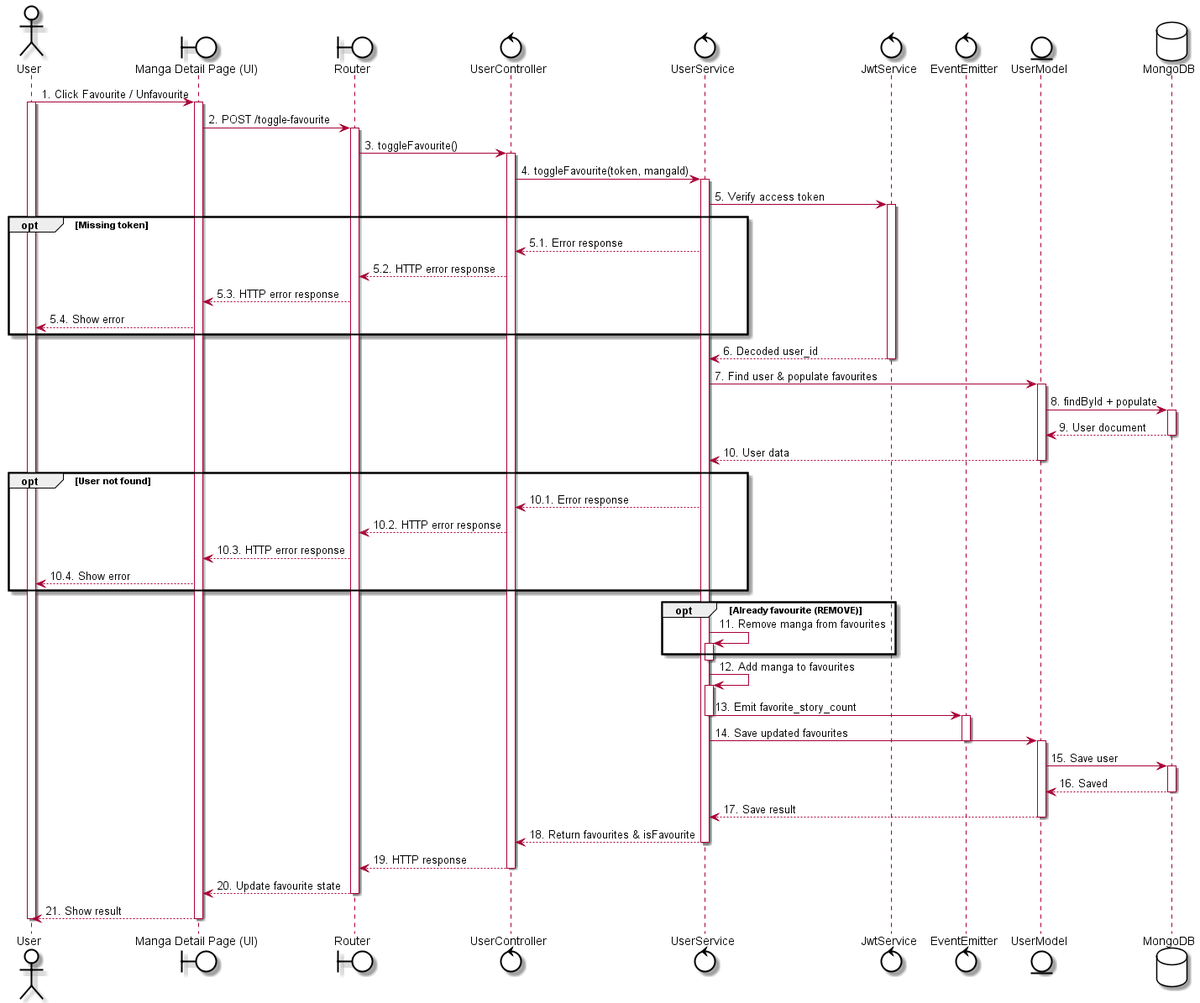
Above: out/uc36 - Add favourite/uc36 - Add favourite.png in LGK1412/sequence_sep490_01 (PlantUML), before the change. Source of this version:
```plantuml
@startuml
skinparam {
    ActorBackgroundColor #FFFFFF
    BoundaryBackgroundColor #FFFFFF
    ControlBackgroundColor #FFFFFF
    EntityBackgroundColor #FFFFFF
    DatabaseBackgroundColor #FFFFFF

    ActorBorderColor black
    BoundaryBorderColor black
    ControlBorderColor black
    EntityBorderColor black
    DatabaseBorderColor black
}

actor User
boundary "Manga Detail Page (UI)" as UI
boundary Router
control UserController
control UserService
control JwtService
control EventEmitter
entity UserModel
database MongoDB

User -> UI: 1. Click Favourite / Unfavourite
activate User
activate UI

UI -> Router: 2. POST /toggle-favourite
activate Router

Router -> UserController: 3. toggleFavourite()
activate UserController
UserController -> UserService: 4. toggleFavourite(token, mangaId)

activate UserService
UserService -> JwtService: 5. Verify access token
activate JwtService

opt Missing token
    UserService --> UserController: 5.1. Error response
    UserController --> Router: 5.2. HTTP error response
    Router --> UI: 5.3. HTTP error response
    UI --> User: 5.4. Show error
end

JwtService --> UserService: 6. Decoded user_id
deactivate JwtService
UserService -> UserModel: 7. Find user & populate favourites
activate UserModel
UserModel -> MongoDB: 8. findById + populate
activate MongoDB
MongoDB --> UserModel: 9. User document
deactivate MongoDB
UserModel --> UserService: 10. User data
deactivate UserModel

opt User not found
    UserService --> UserController: 10.1. Error response
    UserController --> Router: 10.2. HTTP error response
    Router --> UI: 10.3. HTTP error response
    UI --> User: 10.4. Show error
end


opt Already favourite (REMOVE)
    UserService -> UserService: 11. Remove manga from favourites
    activate  UserService
end

deactivate UserService
UserService -> UserService: 12. Add manga to favourites
activate  UserService

UserService -> EventEmitter: 13. Emit favorite_story_count
deactivate UserService
activate EventEmitter

UserService -> UserModel: 14. Save updated favourites
deactivate EventEmitter

activate UserModel
UserModel -> MongoDB: 15. Save user
activate MongoDB
MongoDB --> UserModel: 16. Saved
deactivate MongoDB
UserModel --> UserService: 17. Save result
deactivate UserModel

UserService --> UserController: 18. Return favourites & isFavourite
deactivate UserService

UserController --> Router: 19. HTTP response
deactivate UserController
Router --> UI: 20. Update favourite state
deactivate Router
UI --> User: 21. Show result
deactivate UI
deactivate User
@enduml
```
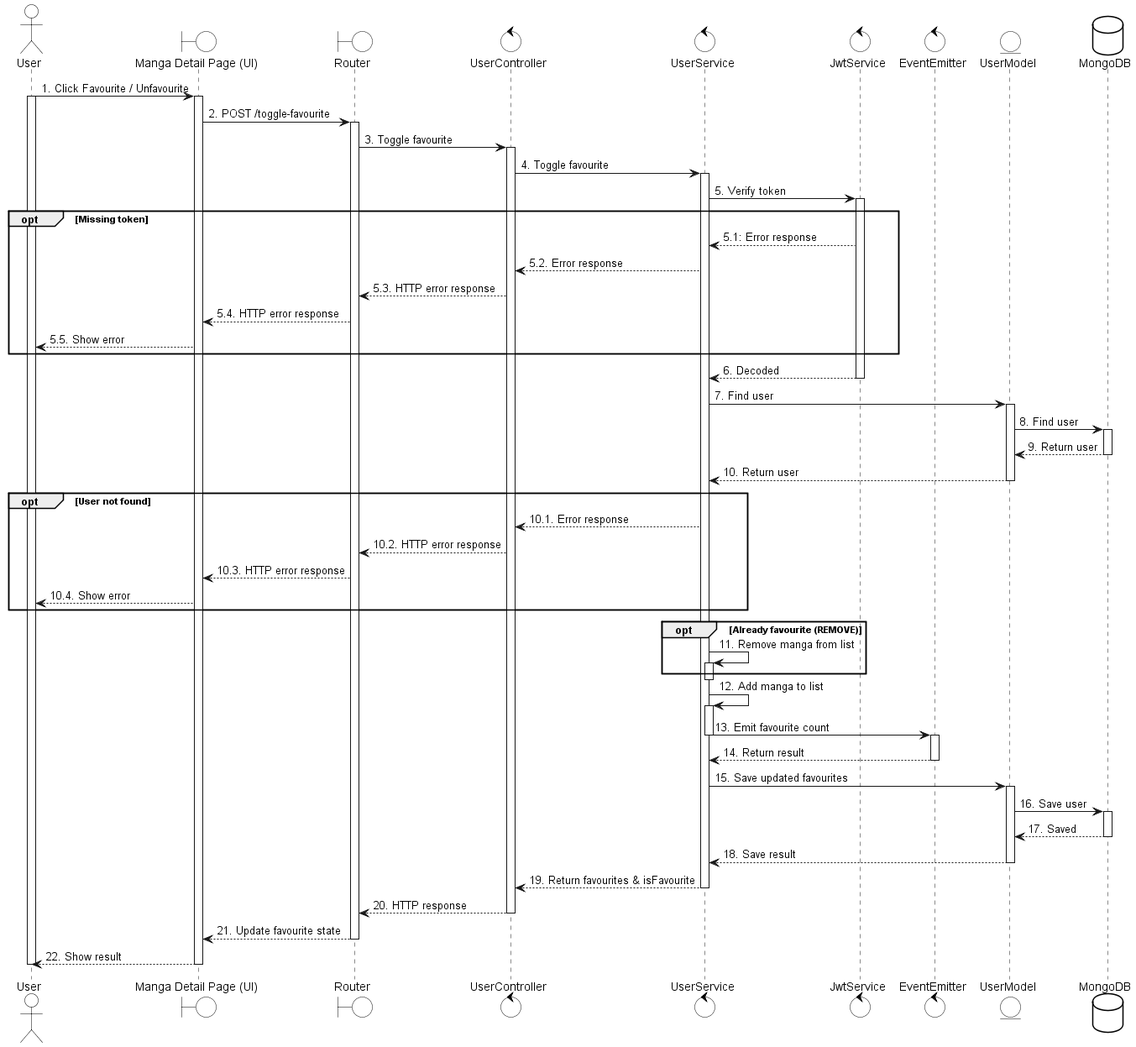
Later version of the same file.

Diff of the diagram source:
```diff
@@ -30,30 +30,31 @@
 UI -> Router: 2. POST /toggle-favourite
 activate Router
 
-Router -> UserController: 3. toggleFavourite()
+Router -> UserController: 3. Toggle favourite
 activate UserController
-UserController -> UserService: 4. toggleFavourite(token, mangaId)
+UserController -> UserService: 4. Toggle favourite
 
 activate UserService
-UserService -> JwtService: 5. Verify access token
+UserService -> JwtService: 5. Verify token
 activate JwtService
 
 opt Missing token
-    UserService --> UserController: 5.1. Error response
-    UserController --> Router: 5.2. HTTP error response
-    Router --> UI: 5.3. HTTP error response
-    UI --> User: 5.4. Show error
+    JwtService --> UserService: 5.1: Error response
+    UserService --> UserController: 5.2. Error response
+    UserController --> Router: 5.3. HTTP error response
+    Router --> UI: 5.4. HTTP error response
+    UI --> User: 5.5. Show error
 end
 
-JwtService --> UserService: 6. Decoded user_id
+JwtService --> UserService: 6. Decoded
 deactivate JwtService
-UserService -> UserModel: 7. Find user & populate favourites
+UserService -> UserModel: 7. Find user
 activate UserModel
-UserModel -> MongoDB: 8. findById + populate
+UserModel -> MongoDB: 8. Find user
 activate MongoDB
-MongoDB --> UserModel: 9. User document
+MongoDB --> UserModel: 9. Return user
 deactivate MongoDB
-UserModel --> UserService: 10. User data
+UserModel --> UserService: 10. Return user
 deactivate UserModel
 
 opt User not found
@@ -65,37 +66,37 @@
 
 
 opt Already favourite (REMOVE)
-    UserService -> UserService: 11. Remove manga from favourites
+    UserService -> UserService: 11. Remove manga from list
     activate  UserService
 end
+deactivate UserService
 
-deactivate UserService
-UserService -> UserService: 12. Add manga to favourites
+UserService -> UserService: 12. Add manga to list
 activate  UserService
 
-UserService -> EventEmitter: 13. Emit favorite_story_count
+UserService -> EventEmitter: 13. Emit favourite count
 deactivate UserService
 activate EventEmitter
-
-UserService -> UserModel: 14. Save updated favourites
+EventEmitter --> UserService: 14. Return result
 deactivate EventEmitter
 
+UserService -> UserModel: 15. Save updated favourites
 activate UserModel
-UserModel -> MongoDB: 15. Save user
+UserModel -> MongoDB: 16. Save user
 activate MongoDB
-MongoDB --> UserModel: 16. Saved
+MongoDB --> UserModel: 17. Saved
 deactivate MongoDB
-UserModel --> UserService: 17. Save result
+UserModel --> UserService: 18. Save result
 deactivate UserModel
 
-UserService --> UserController: 18. Return favourites & isFavourite
+UserService --> UserController: 19. Return favourites & isFavourite
 deactivate UserService
 
-UserController --> Router: 19. HTTP response
+UserController --> Router: 20. HTTP response
 deactivate UserController
-Router --> UI: 20. Update favourite state
+Router --> UI: 21. Update favourite state
 deactivate Router
-UI --> User: 21. Show result
+UI --> User: 22. Show result
 deactivate UI
 deactivate User
 @enduml
```
